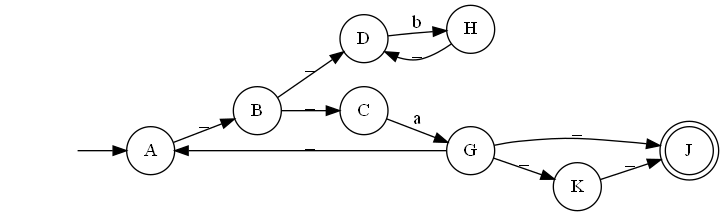
arjen0203/AutomataReader keeps this Graphviz diagram as Automate Picture/AutomataPicture.dot.png. Above is the earlier version. Its source is kept beside it as Automate Picture/AutomataPicture.dot.
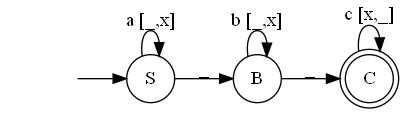
The same file after the commit.

The edit, as a diff of the source:
```diff
@@ -1,24 +1,14 @@
 digraph myAutomaton {
 rankdir=LR;
 "" [shape=none]
-"A" [shape=circle]
+"S" [shape=circle]
 "B" [shape=circle]
-"C" [shape=circle]
-"D" [shape=circle]
-"G" [shape=circle]
-"H" [shape=circle]
-"J" [shape=doublecircle]
-"K" [shape=circle]
+"C" [shape=doublecircle]
 
-"" -> "A"
-"A" -> "B" [label="_"]
+"" -> "S"
+"S" -> "S" [label="a [_,x]"]
+"S" -> "B" [label="_"]
+"B" -> "B" [label="b [_,x]"]
 "B" -> "C" [label="_"]
-"B" -> "D" [label="_"]
-"C" -> "G" [label="a"]
-"D" -> "H" [label="b"]
-"G" -> "J" [label="_"]
-"G" -> "K" [label="_"]
-"G" -> "A" [label="_"]
-"H" -> "D" [label="_"]
-"K" -> "J" [label="_"]
+"C" -> "C" [label="c [x,_]"]
 }
```
